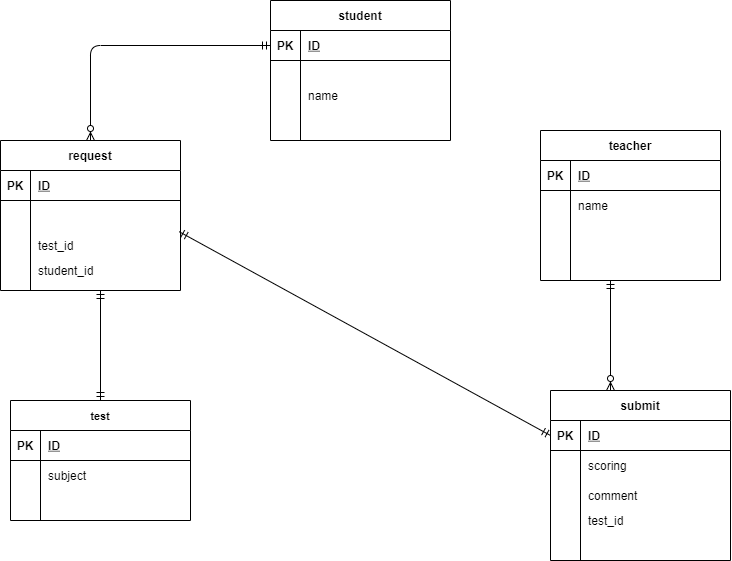
kgrkgr/datebase keeps this draw.io diagram as index.drawio.png. Above is the earlier version. Source tidied: cells renumbered, new cells last; positions are measured from the earlier drawing's top-left corner, leaving out a move shared by most shapes.
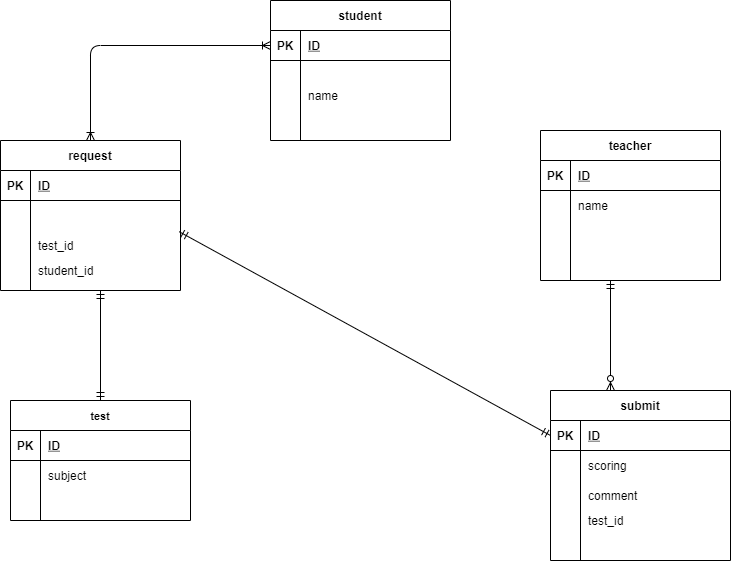
After the commit.

What changed in the source:
```diff
@@ -197,11 +197,6 @@
     <mxCell id="66" style="shape=partialRectangle;fillColor=none;top=0;left=0;bottom=0;right=0;align=left;spacingLeft=6;overflow=hidden;" parent="64" vertex="1">
       <mxGeometry x="30" width="150" height="20" as="geometry" />
     </mxCell>
-    <mxCell id="67" style="edgeStyle=orthogonalEdgeStyle;fontSize=12;html=1;endArrow=ERzeroToMany;startArrow=ERmandOne;exitX=0;exitY=0.5;exitDx=0;exitDy=0;" parent="1" edge="1" source="3">
-      <mxGeometry relative="1" as="geometry">
-        <mxPoint x="90" y="140" as="targetPoint" />
-      </mxGeometry>
-    </mxCell>
     <mxCell id="68" style="fontSize=12;html=1;endArrow=ERzeroToMany;startArrow=ERmandOne;" parent="1" edge="1">
       <mxGeometry relative="1" as="geometry">
         <mxPoint x="610" y="280" as="sourcePoint" />
@@ -216,5 +211,8 @@
     <mxCell id="70" style="fontSize=12;html=1;endArrow=ERmandOne;startArrow=ERmandOne;exitX=0.993;exitY=0.041;exitDx=0;exitDy=0;exitPerimeter=0;entryX=0;entryY=0.5;entryDx=0;entryDy=0;" parent="1" edge="1" source="48" target="16">
       <mxGeometry relative="1" as="geometry" />
     </mxCell>
+    <mxCell id="71" style="edgeStyle=orthogonalEdgeStyle;fontSize=12;html=1;endArrow=ERoneToMany;startArrow=ERoneToMany;entryX=0;entryY=0.5;entryDx=0;entryDy=0;exitX=0.5;exitY=0;exitDx=0;exitDy=0;" parent="1" edge="1" source="41" target="3">
+      <mxGeometry relative="1" as="geometry" />
+    </mxCell>
   </root>
 </mxGraphModel>
```
